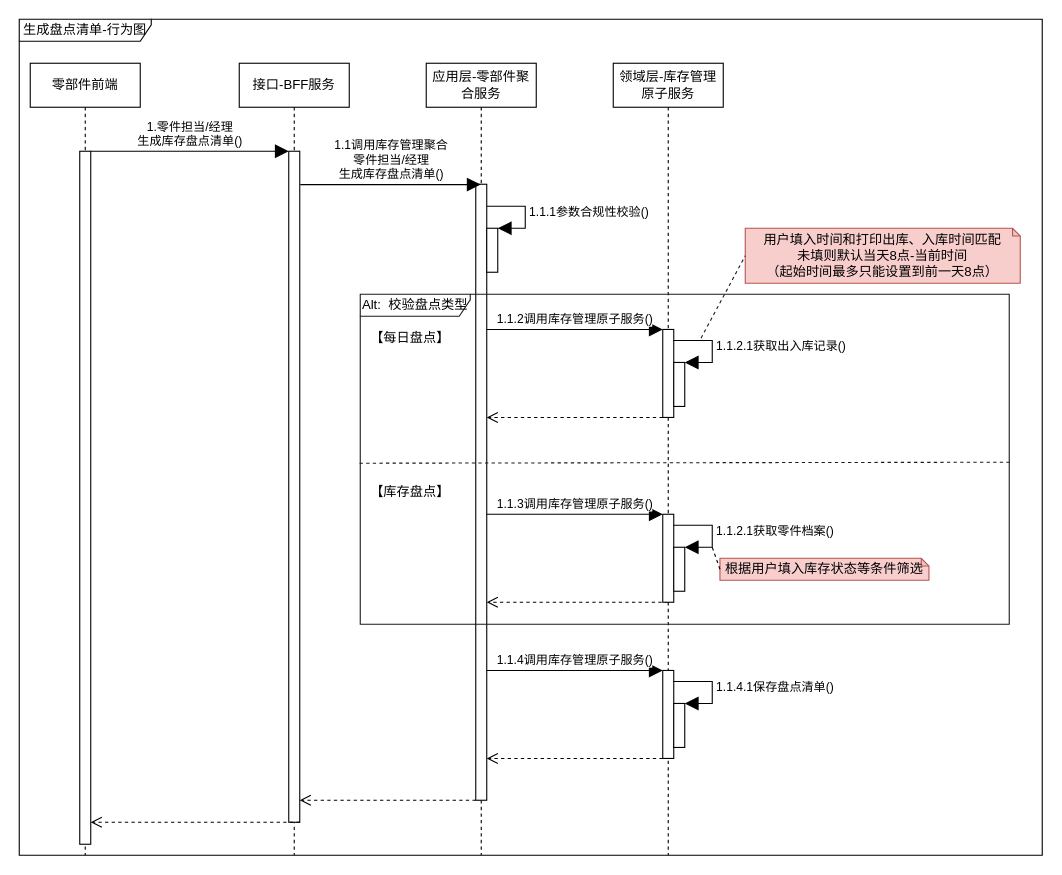
This is page "生成盘点清单行为图" (2 of 6) of 库存管理-库存盘点.drawio from 1132489442/gitRepository1, a draw.io file, before an edit. Source tidied: cells renumbered, new cells numbered last; positions are measured from the earlier drawing's top-left corner, leaving out a move shared by most shapes. Both pictures are drawn from the tidied source at 110%, with x=0, y=0 at pixel (19, 19).
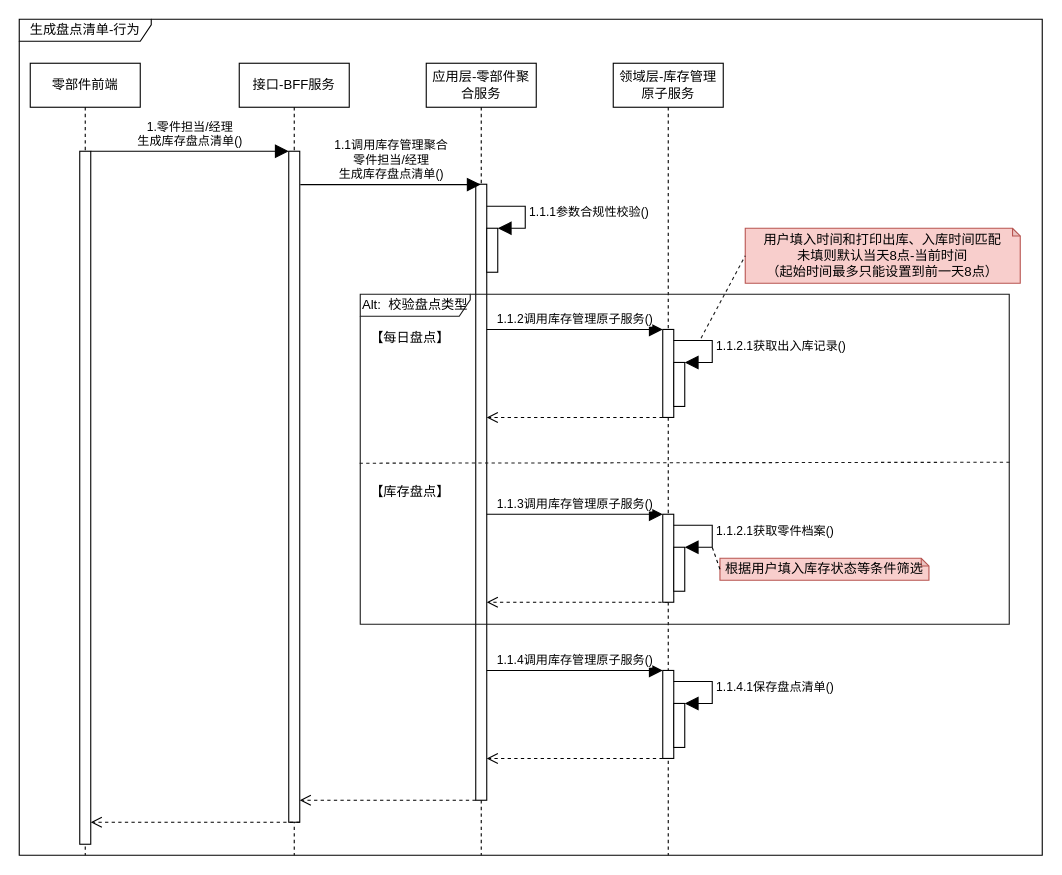
The same diagram, later.

The edit, as a diff of the source:
```diff
@@
-    <mxCell id="34" value="生成盘点清单-行为图" style="shape=umlFrame;whiteSpace=wrap;html=1;fillColor=#FFFFFF;width=120;height=20;" parent="1" vertex="1">
+    <mxCell id="34" value="生成盘点清单-行为" style="shape=umlFrame;whiteSpace=wrap;html=1;fillColor=#FFFFFF;width=120;height=20;" parent="1" vertex="1">
       <mxGeometry width="930" height="760" as="geometry" />
     </mxCell>
```
